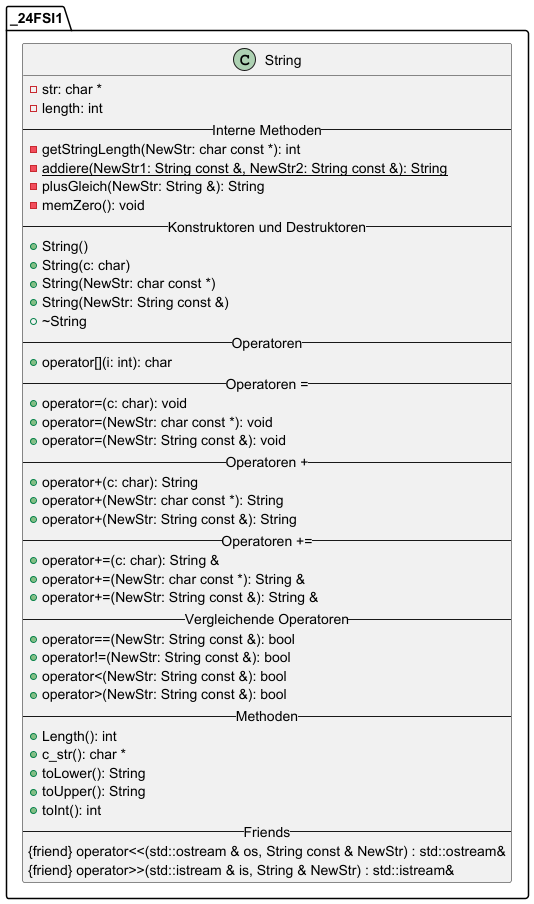
Above: Pics/StringUML.png in CarosCave/EigeneStrings (PlantUML), before the change.
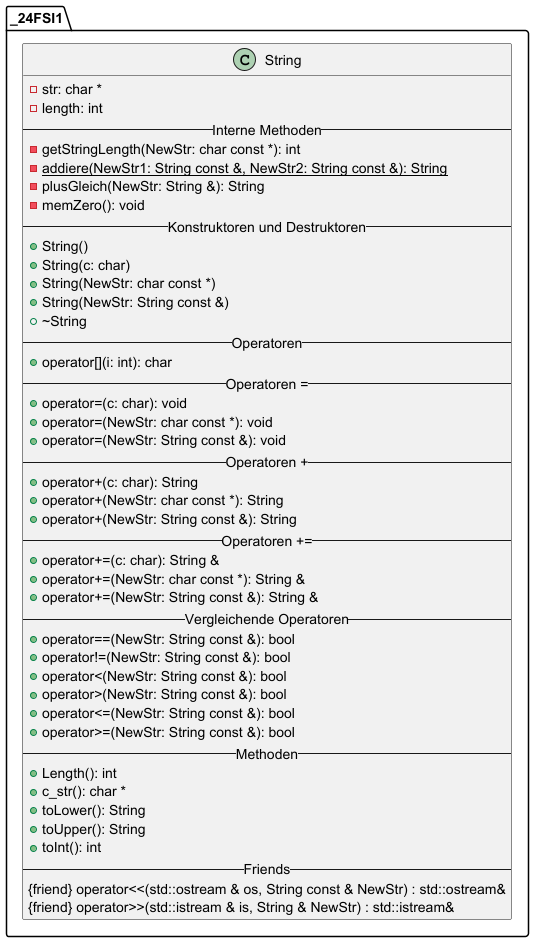
The same diagram one commit later.

What changed in the source:
```diff
@@ -33,6 +33,8 @@
 +operator!=(NewStr: String const &): bool
 +operator<(NewStr: String const &): bool
 +operator>(NewStr: String const &): bool
++operator<=(NewStr: String const &): bool
++operator>=(NewStr: String const &): bool
 -- Methoden --
 +Length(): int
 +c_str(): char *
```
